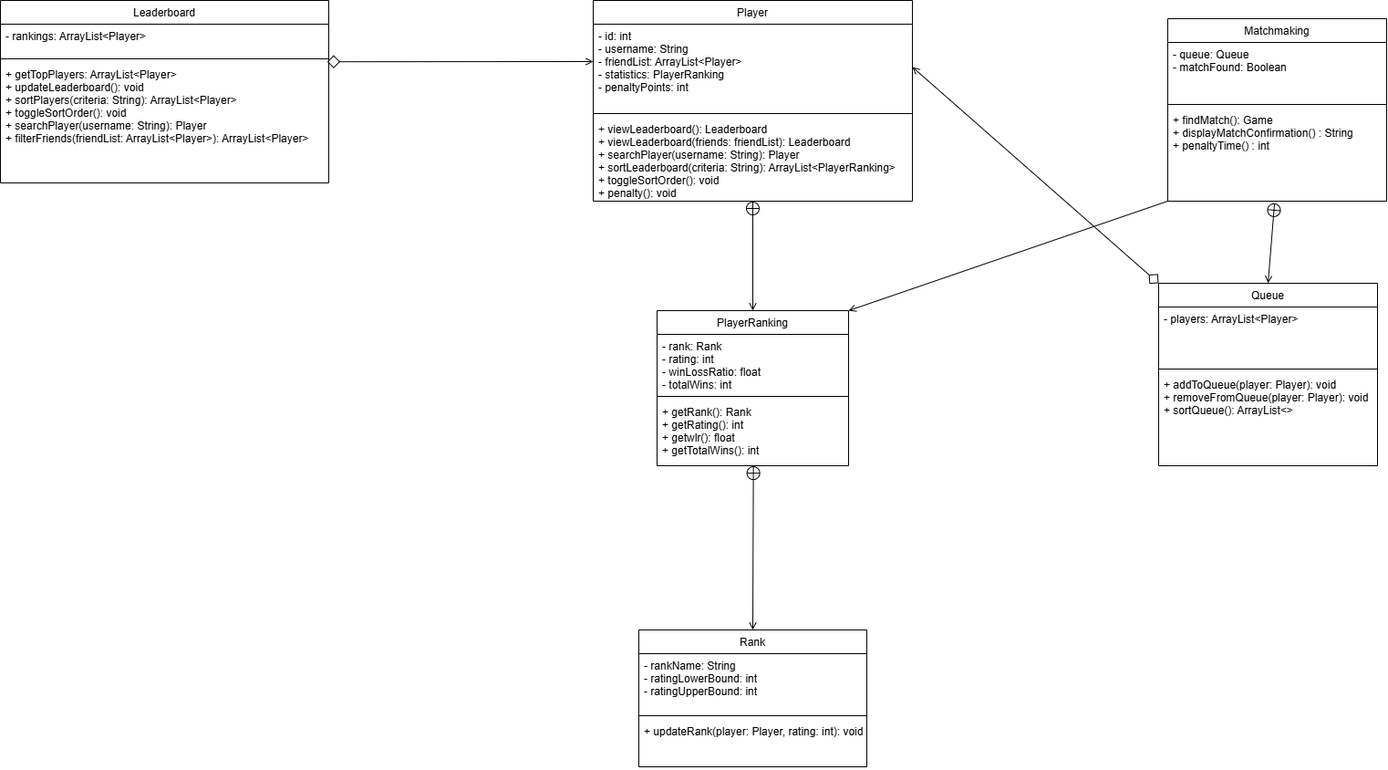
Above: Leaderboard_Matchmaking_Documents/to be merged/leaderboard matchmaking class_diagram.png in illiteratewaffle/RetroArcade (draw.io), before the change. Source tidied: cells renumbered, new cells last; positions are measured from the earlier drawing's top-left corner, leaving out a move shared by most shapes.
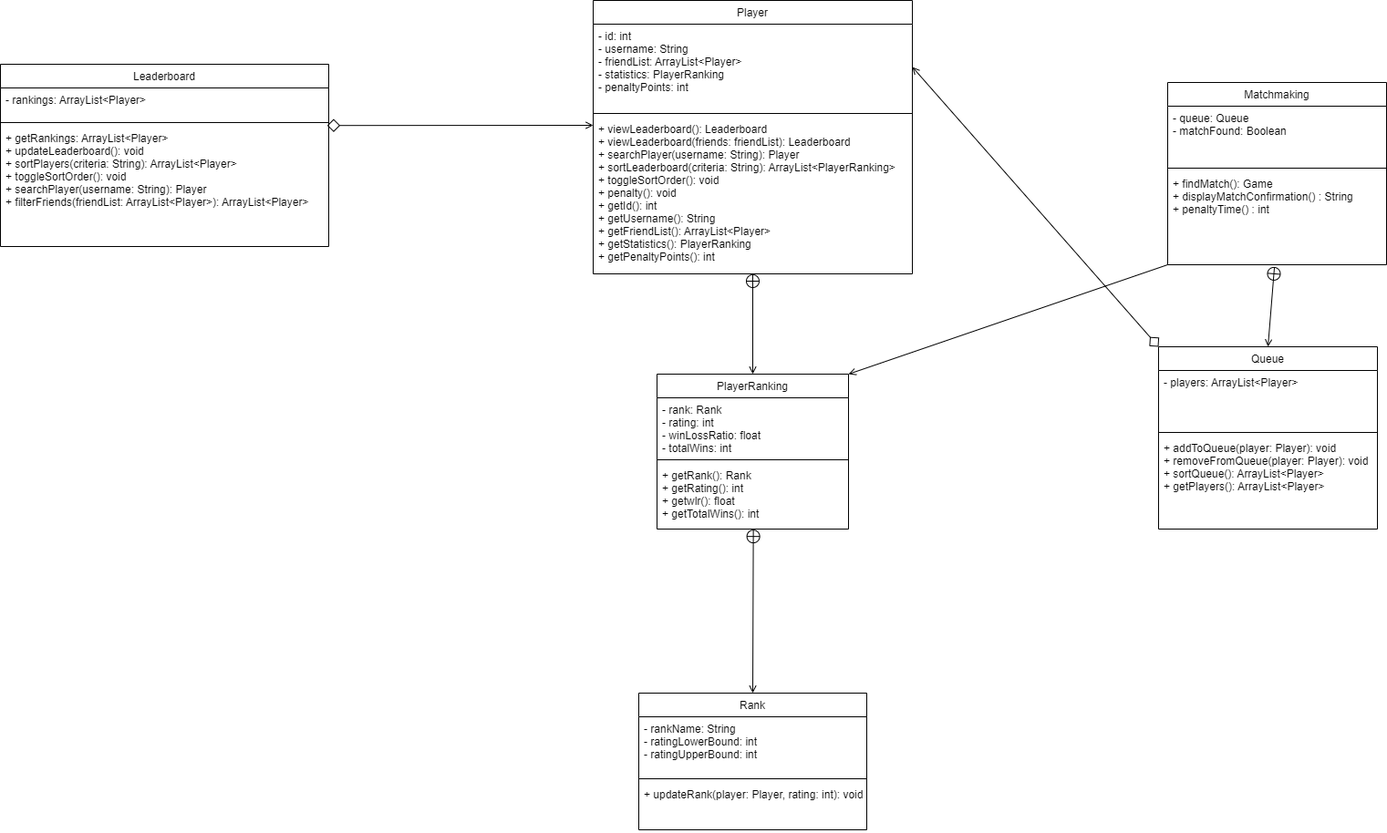
The same file after the commit.

The edit, as a diff of the source:
```diff
@@ -6,7 +6,7 @@
       <mxGeometry relative="1" as="geometry" />
     </mxCell>
     <mxCell id="3" value="Player" style="swimlane;fontStyle=0;align=center;verticalAlign=top;horizontal=1;startSize=26;rounded=0;shadow=0;strokeWidth=1;" parent="1" vertex="1">
-      <mxGeometry x="650" width="350" height="220" as="geometry" />
+      <mxGeometry x="650" y="-70" width="350" height="300" as="geometry" />
     </mxCell>
     <mxCell id="4" value="- id: int&#10;- username: String&#10;- friendList: ArrayList&lt;Player&gt;&#10;- statistics: PlayerRanking&#10;- penaltyPoints: int" style="text;align=left;verticalAlign=top;spacingLeft=4;spacingRight=4;overflow=hidden;points=[[0,0.5],[1,0.5]];portConstraint=eastwest;" parent="3" vertex="1">
       <mxGeometry y="26" width="350" height="94" as="geometry" />
@@ -14,8 +14,8 @@
     <mxCell id="5" style="line;html=1;strokeWidth=1;align=left;verticalAlign=middle;spacingTop=-1;spacingLeft=3;spacingRight=3;labelPosition=right;" parent="3" vertex="1">
       <mxGeometry y="120" width="350" height="8" as="geometry" />
     </mxCell>
-    <mxCell id="6" value="+ viewLeaderboard(): Leaderboard&#10;+ viewLeaderboard(friends: friendList): Leaderboard&#10;+ searchPlayer(username: String): Player&#10;+ sortLeaderboard(criteria: String): ArrayList&lt;PlayerRanking&gt;&#10;+ toggleSortOrder(): void &#10;+ penalty(): void&#10;&#10;" style="text;align=left;verticalAlign=top;spacingLeft=4;spacingRight=4;overflow=hidden;" parent="3" vertex="1">
-      <mxGeometry y="128" width="350" height="92" as="geometry" />
+    <mxCell id="6" value="+ viewLeaderboard(): Leaderboard&#10;+ viewLeaderboard(friends: friendList): Leaderboard&#10;+ searchPlayer(username: String): Player&#10;+ sortLeaderboard(criteria: String): ArrayList&lt;PlayerRanking&gt;&#10;+ toggleSortOrder(): void &#10;+ penalty(): void&#10;+ getId(): int&#10;+ getUsername(): String&#10;+ getFriendList(): ArrayList&lt;Player&gt;&#10;+ getStatistics(): PlayerRanking&#10;+ getPenaltyPoints(): int&#10;" style="text;align=left;verticalAlign=top;spacingLeft=4;spacingRight=4;overflow=hidden;" parent="3" vertex="1">
+      <mxGeometry y="128" width="350" height="172" as="geometry" />
     </mxCell>
     <mxCell id="7" style="edgeStyle=orthogonalEdgeStyle;rounded=0;jettySize=auto;html=1;entryX=0;entryY=0.415;entryDx=0;entryDy=0;entryPerimeter=0;" parent="3" edge="1" target="4">
       <mxGeometry relative="1" as="geometry">
@@ -58,7 +58,7 @@
     <mxCell id="19" style="line;html=1;strokeWidth=1;align=left;verticalAlign=middle;spacingTop=-1;spacingLeft=3;spacingRight=3;labelPosition=right;" parent="17" vertex="1">
       <mxGeometry y="60" width="360" height="8" as="geometry" />
     </mxCell>
-    <mxCell id="20" value="+ getTopPlayers: ArrayList&lt;Player&gt;&#10;+ updateLeaderboard(): void&#10;+ sortPlayers(criteria: String): ArrayList&lt;Player&gt;&#10;+ toggleSortOrder(): void&#10;+ searchPlayer(username: String): Player&#10;+ filterFriends(friendList: ArrayList&lt;Player&gt;): ArrayList&lt;Player&gt;" style="text;align=left;verticalAlign=top;spacingLeft=4;spacingRight=4;overflow=hidden;points=[[0,0.5],[1,0.5]];portConstraint=eastwest;" parent="17" vertex="1">
+    <mxCell id="20" value="+ getRankings: ArrayList&lt;Player&gt;&#10;+ updateLeaderboard(): void&#10;+ sortPlayers(criteria: String): ArrayList&lt;Player&gt;&#10;+ toggleSortOrder(): void&#10;+ searchPlayer(username: String): Player&#10;+ filterFriends(friendList: ArrayList&lt;Player&gt;): ArrayList&lt;Player&gt;" style="text;align=left;verticalAlign=top;spacingLeft=4;spacingRight=4;overflow=hidden;points=[[0,0.5],[1,0.5]];portConstraint=eastwest;" parent="17" vertex="1">
       <mxGeometry y="68" width="360" height="132" as="geometry" />
     </mxCell>
     <mxCell id="21" value="PlayerRanking" style="swimlane;fontStyle=0;align=center;verticalAlign=top;horizontal=1;startSize=26;rounded=0;shadow=0;strokeWidth=1;" parent="1" vertex="1">
@@ -93,7 +93,7 @@
     <mxCell id="30" style="line;html=1;strokeWidth=1;align=left;verticalAlign=middle;spacingTop=-1;spacingLeft=3;spacingRight=3;labelPosition=right;" parent="28" vertex="1">
       <mxGeometry y="90" width="240" height="8" as="geometry" />
     </mxCell>
-    <mxCell id="31" value="+ addToQueue(player: Player): void&#10;+ removeFromQueue(player: Player): void&#10;+ sortQueue(): ArrayList&lt;&gt;" style="text;align=left;verticalAlign=top;spacingLeft=4;spacingRight=4;overflow=hidden;" parent="28" vertex="1">
+    <mxCell id="31" value="+ addToQueue(player: Player): void&#10;+ removeFromQueue(player: Player): void&#10;+ sortQueue(): ArrayList&lt;Player&gt;&#10;+ getPlayers(): ArrayList&lt;Player&gt;" style="text;align=left;verticalAlign=top;spacingLeft=4;spacingRight=4;overflow=hidden;" parent="28" vertex="1">
       <mxGeometry y="98" width="240" height="102" as="geometry" />
     </mxCell>
     <mxCell id="32" style="rounded=0;jettySize=auto;html=1;exitX=0.5;exitY=0;exitDx=0;exitDy=0;entryX=0.488;entryY=1.019;entryDx=0;entryDy=0;endArrow=circlePlus;endFill=0;startArrow=open;startFill=0;entryPerimeter=0;" parent="1" edge="1" source="28" target="12">
```
